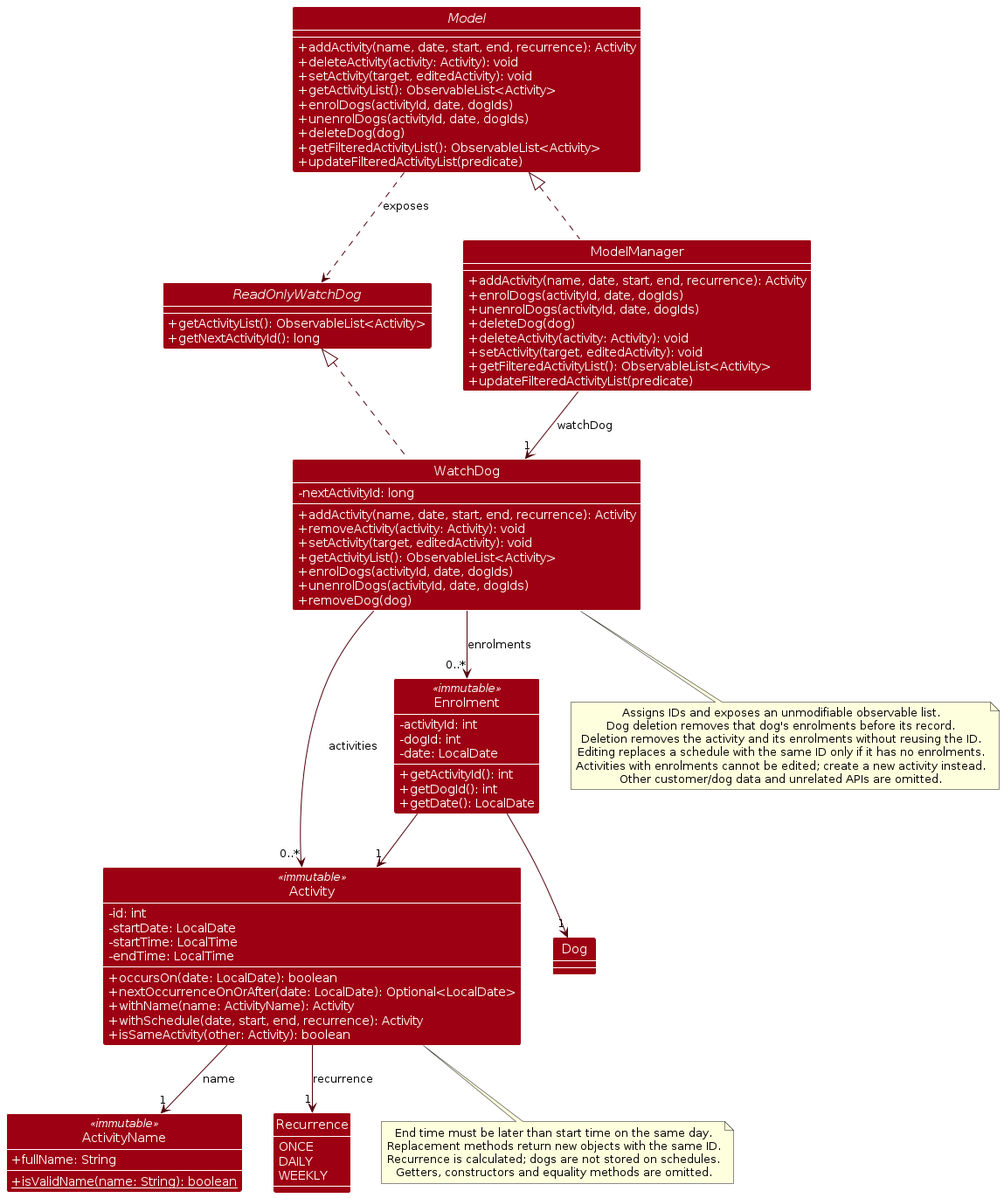
The PlantUML diagram diagrams/ActivityClassDiagram.png in AY2627S1-CS2103T-T15-4/tp, before a commit. Its source is kept beside it as diagrams/ActivityClassDiagram.puml.
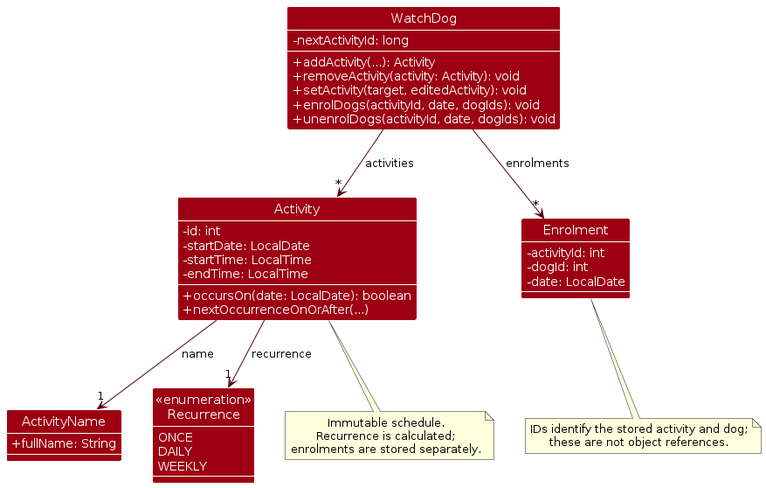
Above is the later version.

Change to the diagram source:
```diff
@@ -2,106 +2,56 @@
 !include style.puml
 skinparam arrowColor MODEL_COLOR_T4
 skinparam classBackgroundColor MODEL_COLOR
-skinparam classAttributeIconSize 0
-skinparam classAttributeFontColor #FFFFFF
 skinparam ArrowFontStyle plain
 show members
 
-interface Model {
-  +addActivity(name, date, start, end, recurrence): Activity
-  +deleteActivity(activity: Activity): void
+class WatchDog {
+  -nextActivityId: long
+  +addActivity(...): Activity
+  +removeActivity(activity: Activity): void
   +setActivity(target, editedActivity): void
-  +getActivityList(): ObservableList<Activity>
-  +enrolDogs(activityId, date, dogIds)
-  +unenrolDogs(activityId, date, dogIds)
-  +deleteDog(dog)
-  +getFilteredActivityList(): ObservableList<Activity>
-  +updateFilteredActivityList(predicate)
+  +enrolDogs(activityId, date, dogIds): void
+  +unenrolDogs(activityId, date, dogIds): void
 }
 
-class ModelManager {
-  +addActivity(name, date, start, end, recurrence): Activity
-  +enrolDogs(activityId, date, dogIds)
-  +unenrolDogs(activityId, date, dogIds)
-  +deleteDog(dog)
-  +deleteActivity(activity: Activity): void
-  +setActivity(target, editedActivity): void
-  +getFilteredActivityList(): ObservableList<Activity>
-  +updateFilteredActivityList(predicate)
-}
-
-interface ReadOnlyWatchDog {
-  +getActivityList(): ObservableList<Activity>
-  +getNextActivityId(): long
-}
-
-class WatchDog {
-  -nextActivityId: long
-  +addActivity(name, date, start, end, recurrence): Activity
-  +removeActivity(activity: Activity): void
-  +setActivity(target, editedActivity): void
-  +getActivityList(): ObservableList<Activity>
-  +enrolDogs(activityId, date, dogIds)
-  +unenrolDogs(activityId, date, dogIds)
-  +removeDog(dog)
-}
-
-class Activity <<immutable>> {
+class Activity {
   -id: int
   -startDate: LocalDate
   -startTime: LocalTime
   -endTime: LocalTime
   +occursOn(date: LocalDate): boolean
-  +nextOccurrenceOnOrAfter(date: LocalDate): Optional<LocalDate>
-  +withName(name: ActivityName): Activity
-  +withSchedule(date, start, end, recurrence): Activity
-  +isSameActivity(other: Activity): boolean
+  +nextOccurrenceOnOrAfter(...)
 }
 
-class Enrolment <<immutable>> {
+class Enrolment {
   -activityId: int
   -dogId: int
   -date: LocalDate
-  +getActivityId(): int
-  +getDogId(): int
-  +getDate(): LocalDate
 }
 
-class ActivityName <<immutable>> {
+class ActivityName {
   +fullName: String
-  +{static} isValidName(name: String): boolean
 }
 
-enum Recurrence {
+class "<<enumeration>>\nRecurrence" as Recurrence {
   ONCE
   DAILY
   WEEKLY
 }
 
-ModelManager .up.|> Model
-ModelManager --> "1" WatchDog : watchDog
-Model ..> ReadOnlyWatchDog : exposes
-WatchDog .up.|> ReadOnlyWatchDog
-WatchDog --> "0..*" Activity : activities
-WatchDog --> "0..*" Enrolment : enrolments
-Enrolment --> "1" Activity
-Enrolment --> "1" Dog
+WatchDog --> "*" Activity : activities
+WatchDog --> "*" Enrolment : enrolments
 Activity --> "1" ActivityName : name
 Activity --> "1" Recurrence : recurrence
 
-note bottom of WatchDog
-  Assigns IDs and exposes an unmodifiable observable list.
-  Dog deletion removes that dog's enrolments before its record.
-  Deletion removes the activity and its enrolments without reusing the ID.
-  Editing replaces a schedule with the same ID only if it has no enrolments.
-  Activities with enrolments cannot be edited; create a new activity instead.
-  Other customer/dog data and unrelated APIs are omitted.
+note bottom of Enrolment
+  IDs identify the stored activity and dog;
+  these are not object references.
 end note
 
 note bottom of Activity
-  End time must be later than start time on the same day.
-  Replacement methods return new objects with the same ID.
-  Recurrence is calculated; dogs are not stored on schedules.
-  Getters, constructors and equality methods are omitted.
+  Immutable schedule.
+  Recurrence is calculated;
+  enrolments are stored separately.
 end note
 @enduml
```
